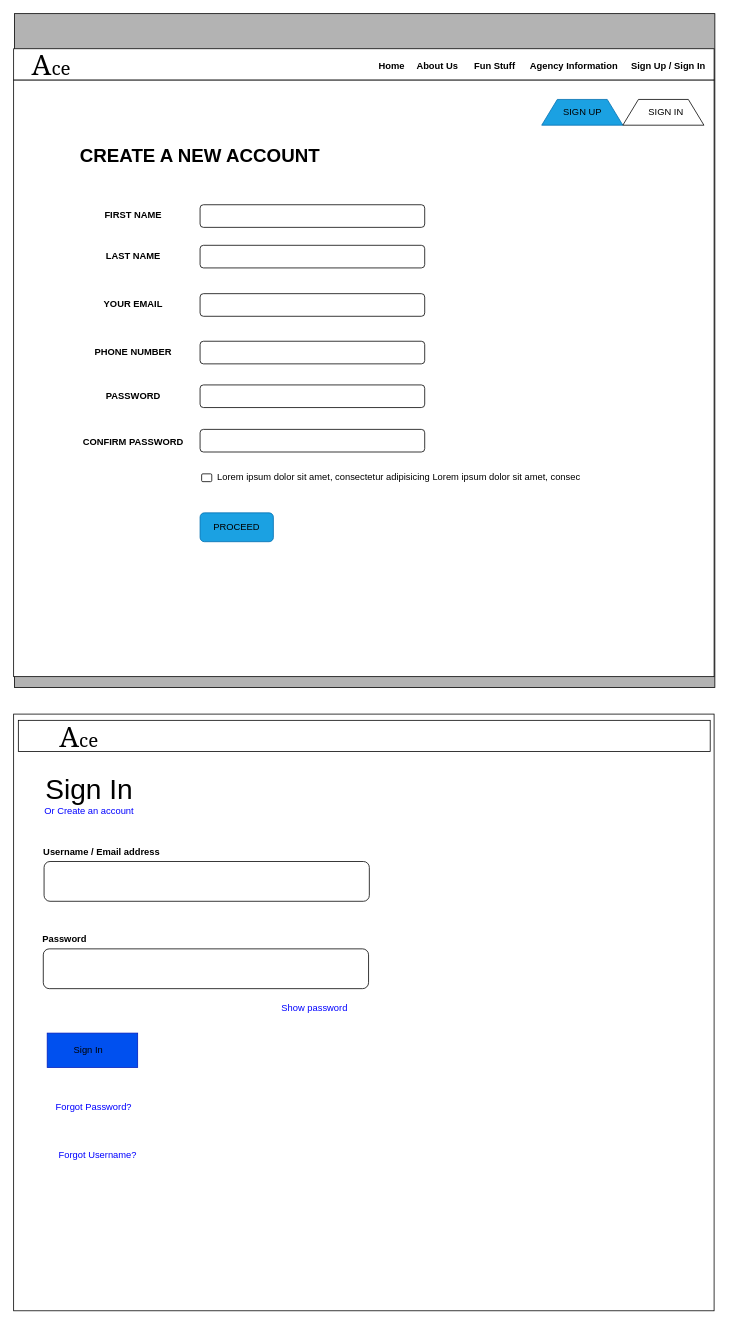
The draw.io diagram registration.drawio in opeyemi-jonah/Ace-challenge, before the edit. Source tidied: cells renumbered, new cells numbered last; positions are measured from the earlier drawing's top-left corner, leaving out a move shared by most shapes. Both pictures are drawn from the tidied source at 78%, with x=0, y=0 at pixel (13, 13).
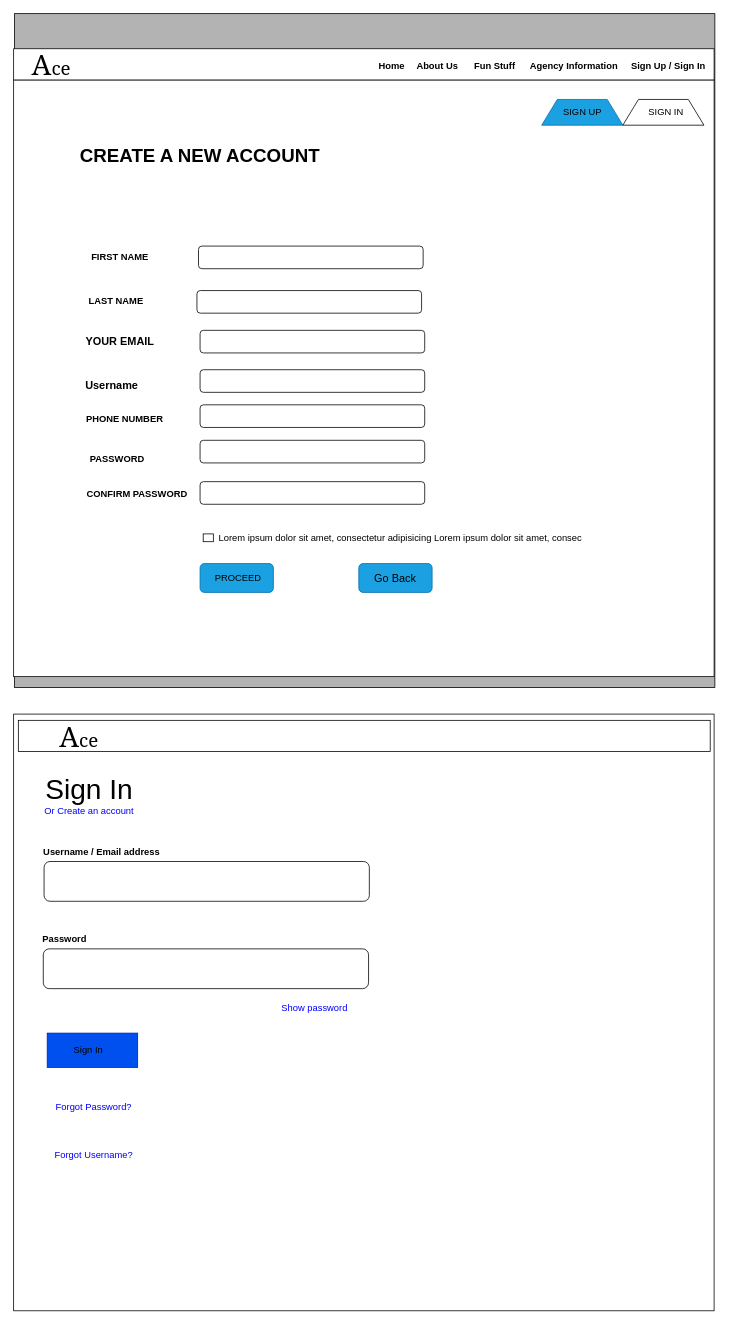
The same diagram, later.

Diff of the diagram source:
```diff
@@
     <mxCell id="6" style="rounded=1;whiteSpace=wrap;html=1;fillColor=#FFFFFF;" parent="1" vertex="1">
-      <mxGeometry x="239" y="245" width="288" height="29" as="geometry" />
+      <mxGeometry x="237" y="298" width="288" height="29" as="geometry" />
     </mxCell>
     <mxCell id="7" style="rounded=1;whiteSpace=wrap;html=1;fillColor=#FFFFFF;" parent="1" vertex="1">
-      <mxGeometry x="239" y="297" width="288" height="29" as="geometry" />
+      <mxGeometry x="235" y="355" width="288" height="29" as="geometry" />
     </mxCell>
     <mxCell id="8" style="rounded=1;whiteSpace=wrap;html=1;fillColor=#FFFFFF;" parent="1" vertex="1">
-      <mxGeometry x="239" y="359" width="288" height="29" as="geometry" />
+      <mxGeometry x="239" y="406" width="288" height="29" as="geometry" />
     </mxCell>
     <mxCell id="9" style="rounded=1;whiteSpace=wrap;html=1;fillColor=#FFFFFF;" parent="1" vertex="1">
-      <mxGeometry x="239" y="420" width="288" height="29" as="geometry" />
+      <mxGeometry x="239" y="501.5" width="288" height="29" as="geometry" />
     </mxCell>
     <mxCell id="10" style="rounded=1;whiteSpace=wrap;html=1;fillColor=#FFFFFF;" parent="1" vertex="1">
-      <mxGeometry x="239" y="476" width="288" height="29" as="geometry" />
+      <mxGeometry x="239" y="547" width="288" height="29" as="geometry" />
     </mxCell>
     <mxCell id="11" style="rounded=1;whiteSpace=wrap;html=1;fillColor=#FFFFFF;" parent="1" vertex="1">
-      <mxGeometry x="239" y="533" width="288" height="29" as="geometry" />
+      <mxGeometry x="239" y="600" width="288" height="29" as="geometry" />
     </mxCell>
     <mxCell id="12" value="FIRST NAME" style="text;html=1;strokeColor=none;fillColor=none;align=center;verticalAlign=middle;whiteSpace=wrap;rounded=0;fontStyle=1;" parent="1" vertex="1">
-      <mxGeometry x="88" y="249.2" width="131" height="20.5" as="geometry" />
+      <mxGeometry x="71" y="302.2" width="131" height="20.5" as="geometry" />
     </mxCell>
     <mxCell id="13" value="LAST NAME" style="text;html=1;strokeColor=none;fillColor=none;align=center;verticalAlign=middle;whiteSpace=wrap;rounded=0;fontStyle=1;" parent="1" vertex="1">
-      <mxGeometry x="88" y="301.2" width="131" height="20.5" as="geometry" />
+      <mxGeometry x="92" y="359.2" width="79" height="20.5" as="geometry" />
     </mxCell>
-    <mxCell id="14" value="YOUR EMAIL" style="text;html=1;strokeColor=none;fillColor=none;align=center;verticalAlign=middle;whiteSpace=wrap;rounded=0;fontStyle=1;" parent="1" vertex="1">
-      <mxGeometry x="88" y="363.2" width="131" height="20.5" as="geometry" />
+    <mxCell id="14" value="&lt;font style=&quot;font-size: 14px&quot;&gt;YOUR EMAIL&lt;/font&gt;" style="text;html=1;strokeColor=none;fillColor=none;align=center;verticalAlign=middle;whiteSpace=wrap;rounded=0;fontStyle=1;" parent="1" vertex="1">
+      <mxGeometry x="88" y="410.2" width="97" height="20.5" as="geometry" />
     </mxCell>
     <mxCell id="15" value="PHONE NUMBER" style="text;html=1;strokeColor=none;fillColor=none;align=center;verticalAlign=middle;whiteSpace=wrap;rounded=0;fontStyle=1;" parent="1" vertex="1">
-      <mxGeometry x="88" y="424.2" width="131" height="20.5" as="geometry" />
+      <mxGeometry x="92" y="510" width="101" height="20.5" as="geometry" />
     </mxCell>
     <mxCell id="16" value="PASSWORD" style="text;html=1;strokeColor=none;fillColor=none;align=center;verticalAlign=middle;whiteSpace=wrap;rounded=0;fontStyle=1;" parent="1" vertex="1">
-      <mxGeometry x="88" y="480.2" width="131" height="20.5" as="geometry" />
+      <mxGeometry x="92" y="561" width="82" height="20.5" as="geometry" />
     </mxCell>
     <mxCell id="17" value="CONFIRM PASSWORD" style="text;html=1;strokeColor=none;fillColor=none;align=center;verticalAlign=middle;whiteSpace=wrap;rounded=0;fontStyle=1;" parent="1" vertex="1">
-      <mxGeometry x="83" y="539.2" width="141" height="20.5" as="geometry" />
+      <mxGeometry x="88" y="606" width="141" height="20.5" as="geometry" />
     </mxCell>
-    <mxCell id="18" style="rounded=1;whiteSpace=wrap;html=1;fillColor=#FFFFFF;" parent="1" vertex="1">
-      <mxGeometry x="241" y="590" width="13" height="10" as="geometry" />
+    <mxCell id="18" style="rounded=1;whiteSpace=wrap;html=1;fillColor=#FFFFFF;arcSize=0;" parent="1" vertex="1">
+      <mxGeometry x="243" y="667" width="13" height="10" as="geometry" />
     </mxCell>
     <mxCell id="19" value="&lt;span style=&quot;text-align: left&quot;&gt;Lorem ipsum dolor sit amet, consectetur adipisicing&amp;nbsp;&lt;/span&gt;&lt;span style=&quot;text-align: left&quot;&gt;Lorem ipsum dolor sit amet, consec&lt;/span&gt;" style="text;html=1;strokeColor=none;fillColor=none;align=center;verticalAlign=middle;whiteSpace=wrap;rounded=0;" parent="1" vertex="1">
-      <mxGeometry x="254" y="585" width="480" height="20" as="geometry" />
+      <mxGeometry x="256" y="662" width="480" height="20" as="geometry" />
     </mxCell>
     <mxCell id="20" style="rounded=1;whiteSpace=wrap;html=1;fillColor=#1ba1e2;strokeColor=#006EAF;fontColor=#ffffff;" parent="1" vertex="1">
-      <mxGeometry x="239" y="640" width="94" height="37" as="geometry" />
+      <mxGeometry x="239" y="705" width="94" height="37" as="geometry" />
     </mxCell>
     <mxCell id="21" value="PROCEED" style="text;html=1;strokeColor=none;fillColor=none;align=center;verticalAlign=middle;whiteSpace=wrap;rounded=0;" parent="1" vertex="1">
-      <mxGeometry x="266" y="649" width="40" height="20" as="geometry" />
+      <mxGeometry x="268" y="713.5" width="40" height="20" as="geometry" />
     </mxCell>
@@
     <mxCell id="43" value="&lt;font color=&quot;#0000ff&quot;&gt;Forgot Username?&lt;/font&gt;" style="text;html=1;strokeColor=none;fillColor=none;align=center;verticalAlign=middle;whiteSpace=wrap;rounded=0;" parent="1" vertex="1">
-      <mxGeometry x="43" y="1453" width="130" height="20" as="geometry" />
+      <mxGeometry x="38" y="1453" width="130" height="20" as="geometry" />
     </mxCell>
@@
+    <mxCell id="47" style="rounded=1;whiteSpace=wrap;html=1;fillColor=#1ba1e2;strokeColor=#006EAF;fontColor=#ffffff;" parent="1" vertex="1">
+      <mxGeometry x="442.5" y="705" width="94" height="37" as="geometry" />
+    </mxCell>
+    <mxCell id="48" value="&lt;font style=&quot;font-size: 14px&quot;&gt;Go Back&lt;/font&gt;" style="text;html=1;strokeColor=none;fillColor=none;align=center;verticalAlign=middle;whiteSpace=wrap;rounded=0;" parent="1" vertex="1">
+      <mxGeometry x="458" y="713.5" width="63" height="20" as="geometry" />
+    </mxCell>
+    <mxCell id="49" value="&lt;font style=&quot;font-size: 14px&quot;&gt;Username&lt;/font&gt;" style="text;html=1;strokeColor=none;fillColor=none;align=center;verticalAlign=middle;whiteSpace=wrap;rounded=0;fontStyle=1;" parent="1" vertex="1">
+      <mxGeometry x="81" y="467" width="90" height="20.5" as="geometry" />
+    </mxCell>
+    <mxCell id="50" style="rounded=1;whiteSpace=wrap;html=1;fillColor=#FFFFFF;" parent="1" vertex="1">
+      <mxGeometry x="239" y="456.5" width="288" height="29" as="geometry" />
+    </mxCell>
```
